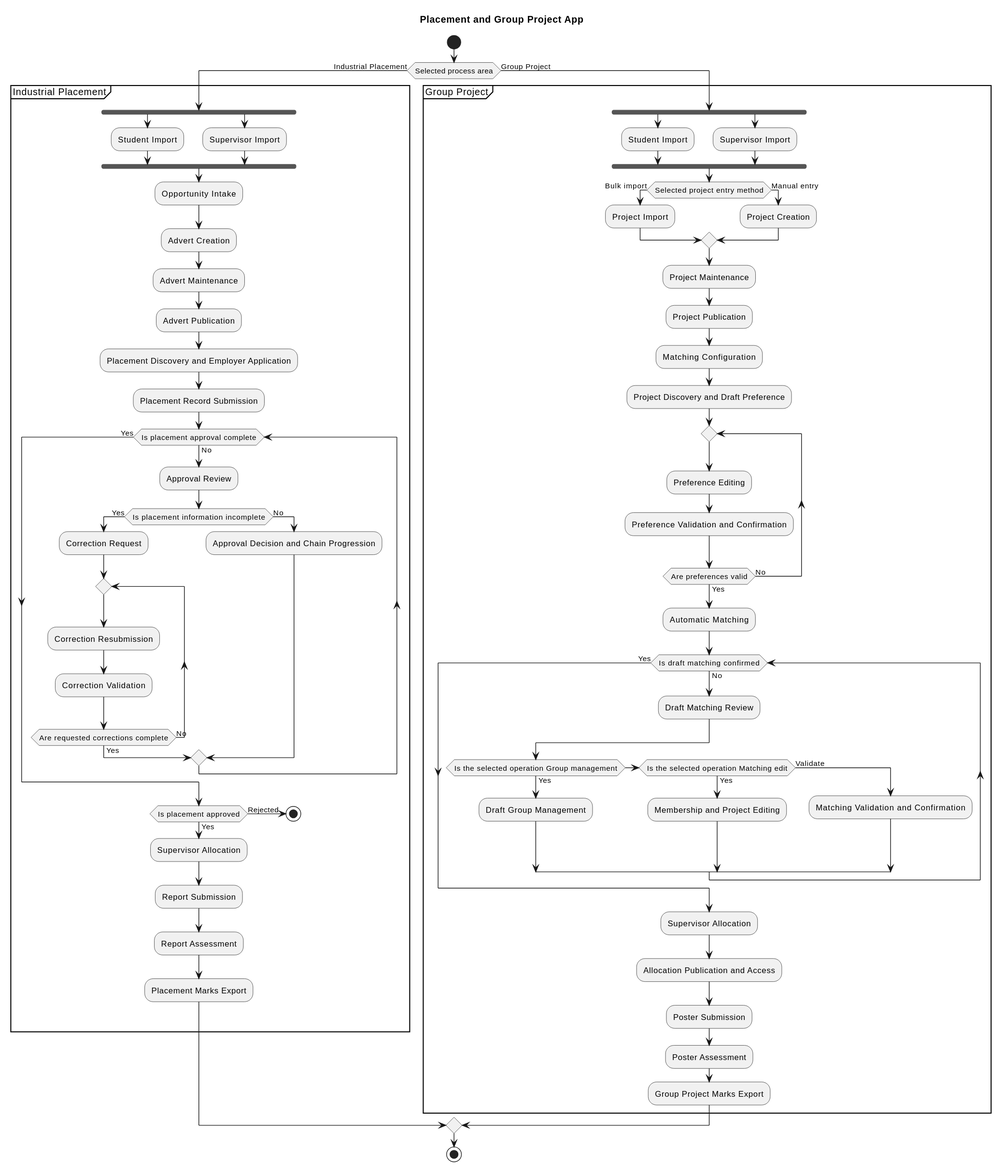
Above: industrial-placement-group-project/diagrams/overview.svg in sdflkjssl/sdflkjssl.github.io (PlantUML), before the change. The source it was exported from:
```plantuml
@startuml
!pragma layout smetana
title Placement and Group Project App
skinparam monochrome true
skinparam shadowing false

start
if (Selected process area) then (Industrial Placement)
  partition "Industrial Placement" {
    fork
      :Student Import;
    fork again
      :Supervisor Import;
    end fork
    :Opportunity Intake;
    :Advert Creation;
    :Advert Maintenance;
    :Advert Publication;
    :Placement Discovery and Employer Application;
    :Placement Record Submission;

    while (Is placement approval complete) is (No)
      :Approval Review;
      if (Is placement information incomplete) then (Yes)
        :Correction Request;
        repeat
          :Correction Resubmission;
          :Correction Validation;
        repeat while (Are requested corrections complete) is (No) not (Yes)
      else (No)
        :Approval Decision and Chain Progression;
      endif
    endwhile (Yes)

    if (Is placement approved) then (Yes)
      :Supervisor Allocation;
      :Report Submission;
      :Report Assessment;
      :Placement Marks Export;
    else (Rejected)
      stop
    endif
  }
else (Group Project)
  partition "Group Project" {
    fork
      :Student Import;
    fork again
      :Supervisor Import;
    end fork
    if (Selected project entry method) then (Bulk import)
      :Project Import;
    else (Manual entry)
      :Project Creation;
    endif
    :Project Maintenance;
    :Project Publication;
    :Matching Configuration;
    :Project Discovery and Draft Preference;

    repeat
      :Preference Editing;
      :Preference Validation and Confirmation;
    repeat while (Are preferences valid) is (No) not (Yes)

    :Automatic Matching;

    while (Is draft matching confirmed) is (No)
      :Draft Matching Review;
      if (Is the selected operation Group management) then (Yes)
        :Draft Group Management;
      elseif (Is the selected operation Matching edit) then (Yes)
        :Membership and Project Editing;
      else (Validate)
        :Matching Validation and Confirmation;
      endif
    endwhile (Yes)

    :Supervisor Allocation;
    :Allocation Publication and Access;
    :Poster Submission;
    :Poster Assessment;
    :Group Project Marks Export;
  }
endif
stop
@enduml
```
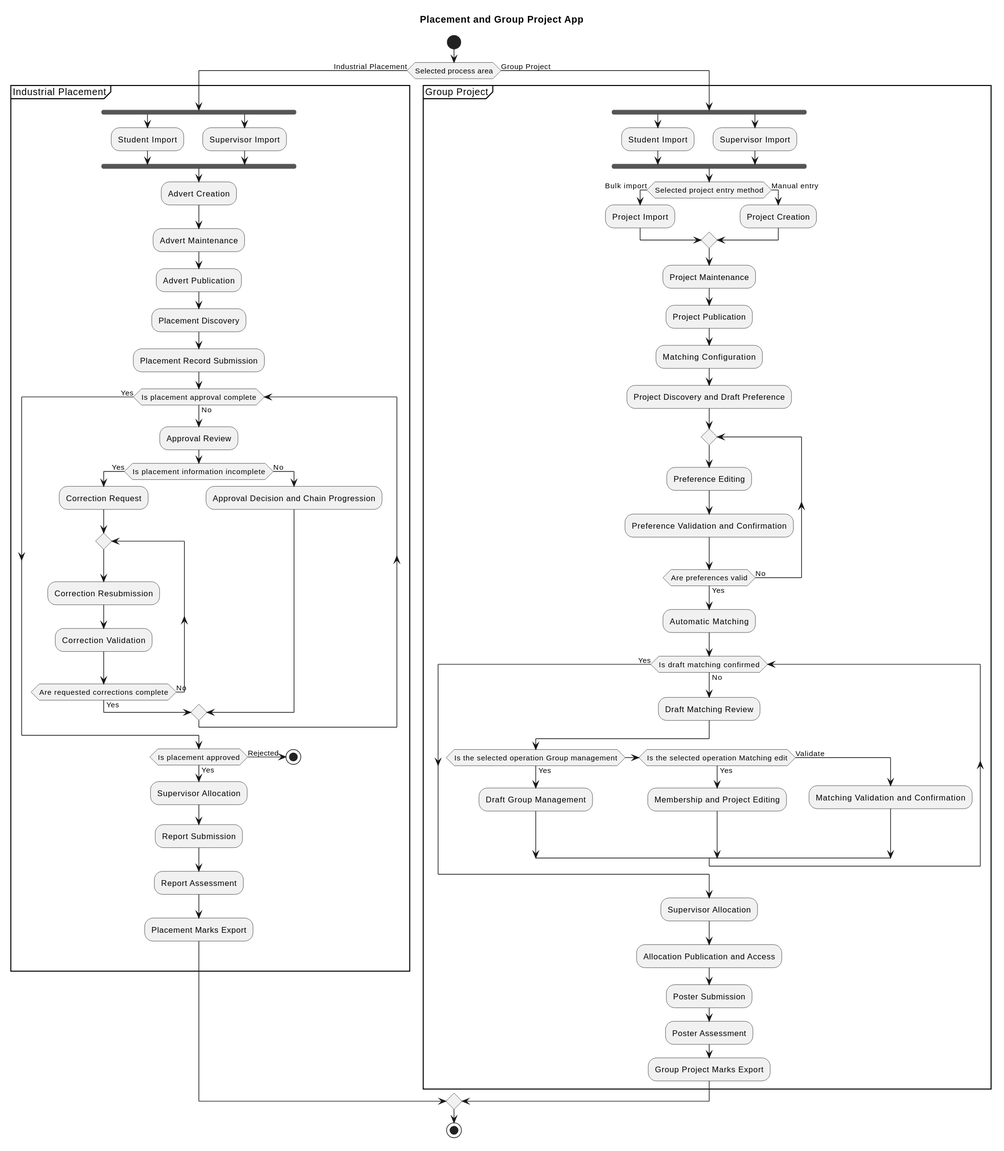
Above is the later version.

Change to the diagram source:
```diff
@@ -12,11 +12,10 @@
     fork again
       :Supervisor Import;
     end fork
-    :Opportunity Intake;
     :Advert Creation;
     :Advert Maintenance;
     :Advert Publication;
-    :Placement Discovery and Employer Application;
+    :Placement Discovery;
     :Placement Record Submission;
 
     while (Is placement approval complete) is (No)
```
